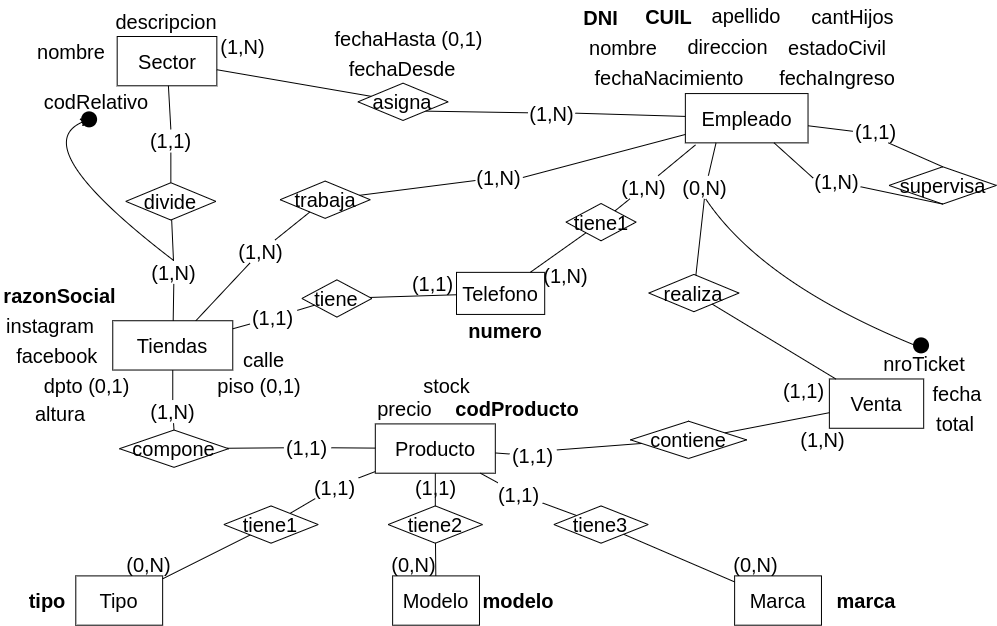
The draw.io diagram Practica/Practica2/drawios-png/Parte1/ejercicio05P2_Logico.drawio.png in c97Ernesto/DisenioBasesDatos, before a commit. Source tidied: cells renumbered, new cells last; positions are measured from the earlier drawing's top-left corner, leaving out a move shared by most shapes.
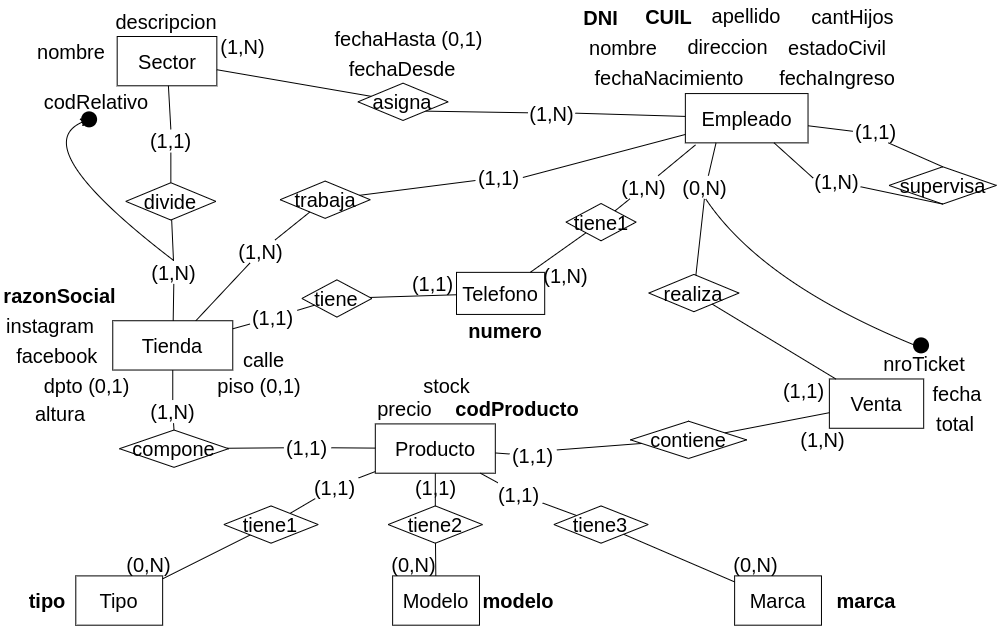
The same file after the commit.

Diff of the diagram source:
```diff
@@ -2,7 +2,7 @@
   <root>
     <mxCell id="0" />
     <mxCell id="1" parent="0" />
-    <mxCell id="2" value="&lt;font style=&quot;font-size: 20px;&quot;&gt;Tiendas&lt;/font&gt;" style="whiteSpace=wrap;html=1;align=center;fontSize=20;" parent="1" vertex="1">
+    <mxCell id="2" value="&lt;font style=&quot;font-size: 20px;&quot;&gt;Tienda&lt;/font&gt;" style="whiteSpace=wrap;html=1;align=center;fontSize=20;" parent="1" vertex="1">
       <mxGeometry x="112.3" y="321.2" width="120" height="49.3" as="geometry" />
     </mxCell>
     <mxCell id="3" value="calle" style="text;html=1;strokeColor=none;fillColor=none;align=center;verticalAlign=middle;whiteSpace=wrap;rounded=0;fontSize=20;" parent="1" vertex="1">
@@ -167,7 +167,7 @@
     <mxCell id="56" style="endArrow=none;html=1;rounded=0;fontSize=20;entryX=1;entryY=0.5;entryDx=0;entryDy=0;" parent="1" edge="1" source="15" target="57">
       <mxGeometry relative="1" as="geometry" />
     </mxCell>
-    <mxCell id="57" value="(1,N)" style="text;html=1;strokeColor=none;fillColor=none;align=center;verticalAlign=middle;whiteSpace=wrap;rounded=0;fontSize=20;rotation=0;" parent="1" vertex="1">
+    <mxCell id="57" value="(1,1)" style="text;html=1;strokeColor=none;fillColor=none;align=center;verticalAlign=middle;whiteSpace=wrap;rounded=0;fontSize=20;rotation=0;" parent="1" vertex="1">
       <mxGeometry x="475" y="166.4" width="47.4" height="23.2" as="geometry" />
     </mxCell>
     <mxCell id="58" style="endArrow=none;html=1;rounded=0;fontSize=20;" parent="1" edge="1" source="67" target="51">
```
